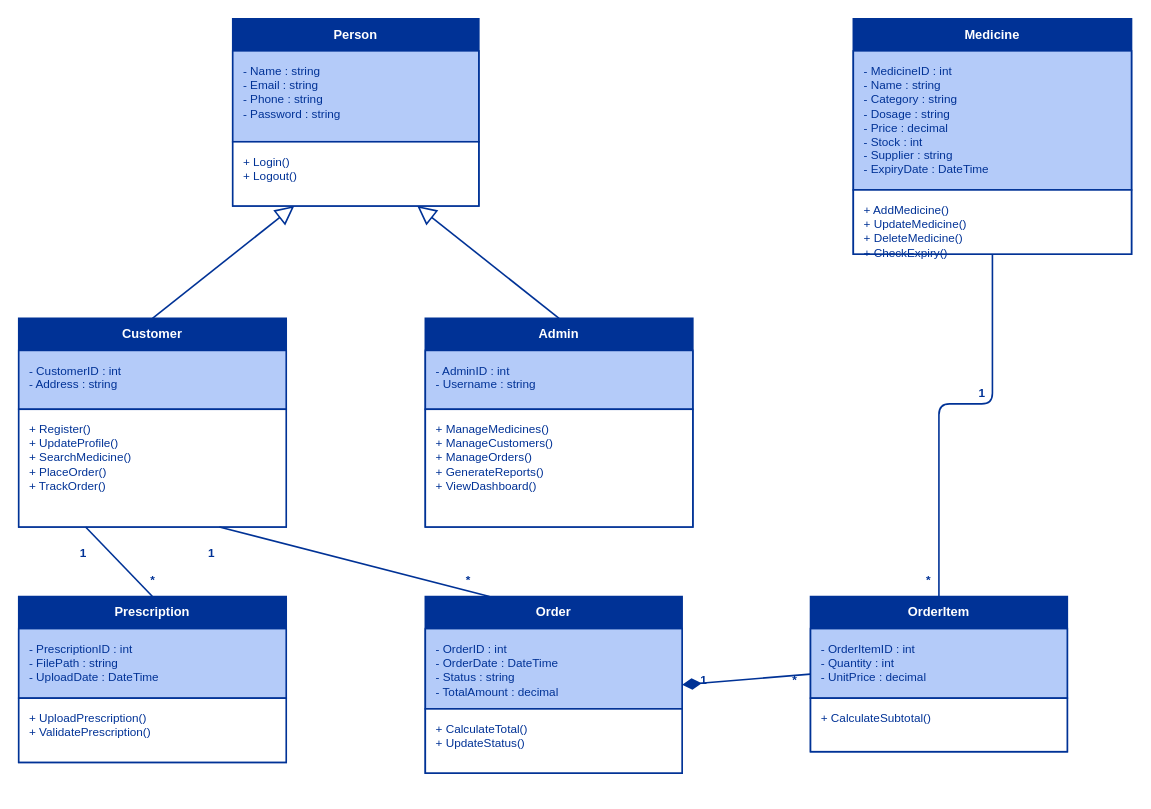
Above: Diagrams/Class.drawio in MNSBaanu/SmartMed (draw.io), before the change. Source tidied: cells renumbered, new cells numbered last; positions are measured from the earlier drawing's top-left corner, leaving out a move shared by most shapes. Both pictures are drawn from the tidied source at 107%, with x=0, y=0 at pixel (18, 18).
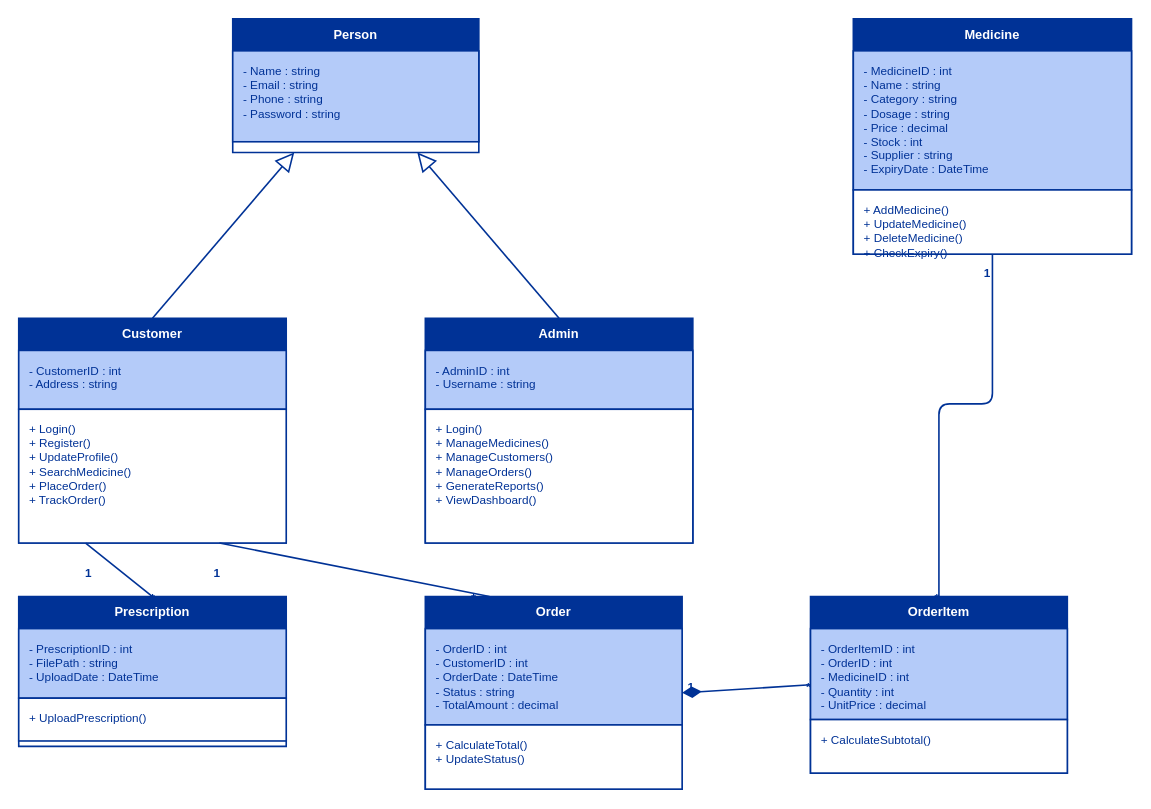
Above is the later version.

What changed in the source:
```diff
@@
     <mxCell id="2" value="Person" style="swimlane;fontStyle=1;horizontal=1;startSize=30;fillColor=#003296;fontColor=#ffffff;strokeColor=#003296;strokeWidth=1.5;html=1;whiteSpace=wrap;fontFamily=Helvetica;align=center;" parent="1" vertex="1">
-      <mxGeometry x="200" width="230" height="175" as="geometry" />
+      <mxGeometry x="200" width="230" height="125" as="geometry" />
     </mxCell>
@@
-    <mxCell id="4" value="+ Login()&#10;+ Logout()" style="text;strokeColor=#003296;fillColor=#ffffff;align=left;verticalAlign=top;spacingLeft=8;spacingTop=6;fontFamily=Helvetica;fontColor=#003296;fontSize=11;html=1;whiteSpace=wrap;strokeWidth=1.5;" parent="2" vertex="1">
-      <mxGeometry y="115" width="230" height="60" as="geometry" />
-    </mxCell>
     <mxCell id="5" value="Customer" style="swimlane;fontStyle=1;horizontal=1;startSize=30;fillColor=#003296;fontColor=#ffffff;strokeColor=#003296;strokeWidth=1.5;html=1;whiteSpace=wrap;fontFamily=Helvetica;align=center;" parent="1" vertex="1">
-      <mxGeometry y="280" width="250" height="195" as="geometry" />
+      <mxGeometry y="280" width="250" height="210" as="geometry" />
     </mxCell>
@@
-    <mxCell id="7" value="+ Register()&#10;+ UpdateProfile()&#10;+ SearchMedicine()&#10;+ PlaceOrder()&#10;+ TrackOrder()" style="text;strokeColor=#003296;fillColor=#ffffff;align=left;verticalAlign=top;spacingLeft=8;spacingTop=6;fontFamily=Helvetica;fontColor=#003296;fontSize=11;html=1;whiteSpace=wrap;strokeWidth=1.5;" parent="5" vertex="1">
-      <mxGeometry y="85" width="250" height="110" as="geometry" />
+    <mxCell id="7" value="+ Login()&#10;+ Register()&#10;+ UpdateProfile()&#10;+ SearchMedicine()&#10;+ PlaceOrder()&#10;+ TrackOrder()" style="text;strokeColor=#003296;fillColor=#ffffff;align=left;verticalAlign=top;spacingLeft=8;spacingTop=6;fontFamily=Helvetica;fontColor=#003296;fontSize=11;html=1;whiteSpace=wrap;strokeWidth=1.5;" parent="5" vertex="1">
+      <mxGeometry y="85" width="250" height="125" as="geometry" />
     </mxCell>
     <mxCell id="8" value="Admin" style="swimlane;fontStyle=1;horizontal=1;startSize=30;fillColor=#003296;fontColor=#ffffff;strokeColor=#003296;strokeWidth=1.5;html=1;whiteSpace=wrap;fontFamily=Helvetica;align=center;" parent="1" vertex="1">
-      <mxGeometry x="380" y="280" width="250" height="195" as="geometry" />
+      <mxGeometry x="380" y="280" width="250" height="210" as="geometry" />
     </mxCell>
@@
-    <mxCell id="10" value="+ ManageMedicines()&#10;+ ManageCustomers()&#10;+ ManageOrders()&#10;+ GenerateReports()&#10;+ ViewDashboard()" style="text;strokeColor=#003296;fillColor=#ffffff;align=left;verticalAlign=top;spacingLeft=8;spacingTop=6;fontFamily=Helvetica;fontColor=#003296;fontSize=11;html=1;whiteSpace=wrap;strokeWidth=1.5;" parent="8" vertex="1">
-      <mxGeometry y="85" width="250" height="110" as="geometry" />
+    <mxCell id="10" value="+ Login()&#10;+ ManageMedicines()&#10;+ ManageCustomers()&#10;+ ManageOrders()&#10;+ GenerateReports()&#10;+ ViewDashboard()" style="text;strokeColor=#003296;fillColor=#ffffff;align=left;verticalAlign=top;spacingLeft=8;spacingTop=6;fontFamily=Helvetica;fontColor=#003296;fontSize=11;html=1;whiteSpace=wrap;strokeWidth=1.5;" parent="8" vertex="1">
+      <mxGeometry y="85" width="250" height="125" as="geometry" />
     </mxCell>
@@
     <mxCell id="14" value="Order" style="swimlane;fontStyle=1;horizontal=1;startSize=30;fillColor=#003296;fontColor=#ffffff;strokeColor=#003296;strokeWidth=1.5;html=1;whiteSpace=wrap;fontFamily=Helvetica;align=center;" parent="1" vertex="1">
-      <mxGeometry x="380" y="540" width="240" height="165" as="geometry" />
+      <mxGeometry x="380" y="540" width="240" height="180" as="geometry" />
     </mxCell>
-    <mxCell id="15" value="- OrderID : int&#10;- OrderDate : DateTime&#10;- Status : string&#10;- TotalAmount : decimal" style="text;strokeColor=#003296;fillColor=#B4CBF9;align=left;verticalAlign=top;spacingLeft=8;spacingTop=6;fontFamily=Helvetica;fontColor=#003296;fontSize=11;html=1;whiteSpace=wrap;strokeWidth=1.5;" parent="14" vertex="1">
-      <mxGeometry y="30" width="240" height="75" as="geometry" />
+    <mxCell id="15" value="- OrderID : int&#10;- CustomerID : int&#10;- OrderDate : DateTime&#10;- Status : string&#10;- TotalAmount : decimal" style="text;strokeColor=#003296;fillColor=#B4CBF9;align=left;verticalAlign=top;spacingLeft=8;spacingTop=6;fontFamily=Helvetica;fontColor=#003296;fontSize=11;html=1;whiteSpace=wrap;strokeWidth=1.5;" parent="14" vertex="1">
+      <mxGeometry y="30" width="240" height="90" as="geometry" />
     </mxCell>
     <mxCell id="16" value="+ CalculateTotal()&#10;+ UpdateStatus()" style="text;strokeColor=#003296;fillColor=#ffffff;align=left;verticalAlign=top;spacingLeft=8;spacingTop=6;fontFamily=Helvetica;fontColor=#003296;fontSize=11;html=1;whiteSpace=wrap;strokeWidth=1.5;" parent="14" vertex="1">
-      <mxGeometry y="105" width="240" height="60" as="geometry" />
+      <mxGeometry y="120" width="240" height="60" as="geometry" />
     </mxCell>
     <mxCell id="17" value="OrderItem" style="swimlane;fontStyle=1;horizontal=1;startSize=30;fillColor=#003296;fontColor=#ffffff;strokeColor=#003296;strokeWidth=1.5;html=1;whiteSpace=wrap;fontFamily=Helvetica;align=center;" parent="1" vertex="1">
-      <mxGeometry x="740" y="540" width="240" height="145" as="geometry" />
+      <mxGeometry x="740" y="540" width="240" height="165" as="geometry" />
     </mxCell>
-    <mxCell id="18" value="- OrderItemID : int&#10;- Quantity : int&#10;- UnitPrice : decimal" style="text;strokeColor=#003296;fillColor=#B4CBF9;align=left;verticalAlign=top;spacingLeft=8;spacingTop=6;fontFamily=Helvetica;fontColor=#003296;fontSize=11;html=1;whiteSpace=wrap;strokeWidth=1.5;" parent="17" vertex="1">
-      <mxGeometry y="30" width="240" height="65" as="geometry" />
+    <mxCell id="18" value="- OrderItemID : int&#10;- OrderID : int&#10;- MedicineID : int&#10;- Quantity : int&#10;- UnitPrice : decimal" style="text;strokeColor=#003296;fillColor=#B4CBF9;align=left;verticalAlign=top;spacingLeft=8;spacingTop=6;fontFamily=Helvetica;fontColor=#003296;fontSize=11;html=1;whiteSpace=wrap;strokeWidth=1.5;" parent="17" vertex="1">
+      <mxGeometry y="30" width="240" height="85" as="geometry" />
     </mxCell>
     <mxCell id="19" value="+ CalculateSubtotal()" style="text;strokeColor=#003296;fillColor=#ffffff;align=left;verticalAlign=top;spacingLeft=8;spacingTop=6;fontFamily=Helvetica;fontColor=#003296;fontSize=11;html=1;whiteSpace=wrap;strokeWidth=1.5;" parent="17" vertex="1">
-      <mxGeometry y="95" width="240" height="50" as="geometry" />
+      <mxGeometry y="115" width="240" height="50" as="geometry" />
     </mxCell>
     <mxCell id="20" value="Prescription" style="swimlane;fontStyle=1;horizontal=1;startSize=30;fillColor=#003296;fontColor=#ffffff;strokeColor=#003296;strokeWidth=1.5;html=1;whiteSpace=wrap;fontFamily=Helvetica;align=center;" parent="1" vertex="1">
-      <mxGeometry y="540" width="250" height="155" as="geometry" />
+      <mxGeometry y="540" width="250" height="140" as="geometry" />
     </mxCell>
@@
-    <mxCell id="22" value="+ UploadPrescription()&#10;+ ValidatePrescription()" style="text;strokeColor=#003296;fillColor=#ffffff;align=left;verticalAlign=top;spacingLeft=8;spacingTop=6;fontFamily=Helvetica;fontColor=#003296;fontSize=11;html=1;whiteSpace=wrap;strokeWidth=1.5;" parent="20" vertex="1">
-      <mxGeometry y="95" width="250" height="60" as="geometry" />
+    <mxCell id="22" value="+ UploadPrescription()" style="text;strokeColor=#003296;fillColor=#ffffff;align=left;verticalAlign=top;spacingLeft=8;spacingTop=6;fontFamily=Helvetica;fontColor=#003296;fontSize=11;html=1;whiteSpace=wrap;strokeWidth=1.5;" parent="20" vertex="1">
+      <mxGeometry y="95" width="250" height="40" as="geometry" />
     </mxCell>
@@
     <mxCell id="26" value="1" style="text;html=1;strokeColor=none;fillColor=none;align=center;verticalAlign=middle;fontColor=#003296;fontStyle=1;fontSize=11;fontFamily=Helvetica;" parent="1" vertex="1">
-      <mxGeometry x="170" y="490" width="20" height="20" as="geometry" />
+      <mxGeometry x="175" y="508" width="20" height="20" as="geometry" />
     </mxCell>
     <mxCell id="27" value="*" style="text;html=1;strokeColor=none;fillColor=none;align=center;verticalAlign=middle;fontColor=#003296;fontStyle=1;fontSize=11;fontFamily=Helvetica;" parent="1" vertex="1">
-      <mxGeometry x="410" y="515" width="20" height="20" as="geometry" />
+      <mxGeometry x="415" y="532" width="20" height="20" as="geometry" />
     </mxCell>
@@
     <mxCell id="29" value="1" style="text;html=1;strokeColor=none;fillColor=none;align=center;verticalAlign=middle;fontColor=#003296;fontStyle=1;fontSize=11;fontFamily=Helvetica;" parent="1" vertex="1">
-      <mxGeometry x="630" y="608" width="20" height="20" as="geometry" />
+      <mxGeometry x="618" y="615" width="20" height="20" as="geometry" />
     </mxCell>
     <mxCell id="30" value="*" style="text;html=1;strokeColor=none;fillColor=none;align=center;verticalAlign=middle;fontColor=#003296;fontStyle=1;fontSize=11;fontFamily=Helvetica;" parent="1" vertex="1">
-      <mxGeometry x="715" y="608" width="20" height="20" as="geometry" />
+      <mxGeometry x="728" y="615" width="20" height="20" as="geometry" />
     </mxCell>
@@
     <mxCell id="32" value="1" style="text;html=1;strokeColor=none;fillColor=none;align=center;verticalAlign=middle;fontColor=#003296;fontStyle=1;fontSize=11;fontFamily=Helvetica;" parent="1" vertex="1">
-      <mxGeometry x="890" y="340" width="20" height="20" as="geometry" />
+      <mxGeometry x="895" y="228" width="20" height="20" as="geometry" />
     </mxCell>
     <mxCell id="33" value="*" style="text;html=1;strokeColor=none;fillColor=none;align=center;verticalAlign=middle;fontColor=#003296;fontStyle=1;fontSize=11;fontFamily=Helvetica;" parent="1" vertex="1">
-      <mxGeometry x="840" y="515" width="20" height="20" as="geometry" />
+      <mxGeometry x="848" y="532" width="20" height="20" as="geometry" />
     </mxCell>
@@
     <mxCell id="35" value="1" style="text;html=1;strokeColor=none;fillColor=none;align=center;verticalAlign=middle;fontColor=#003296;fontStyle=1;fontSize=11;fontFamily=Helvetica;" parent="1" vertex="1">
-      <mxGeometry x="50" y="490" width="20" height="20" as="geometry" />
+      <mxGeometry x="55" y="508" width="20" height="20" as="geometry" />
     </mxCell>
     <mxCell id="36" value="*" style="text;html=1;strokeColor=none;fillColor=none;align=center;verticalAlign=middle;fontColor=#003296;fontStyle=1;fontSize=11;fontFamily=Helvetica;" parent="1" vertex="1">
-      <mxGeometry x="115" y="515" width="20" height="20" as="geometry" />
+      <mxGeometry x="115" y="532" width="20" height="20" as="geometry" />
     </mxCell>
```
